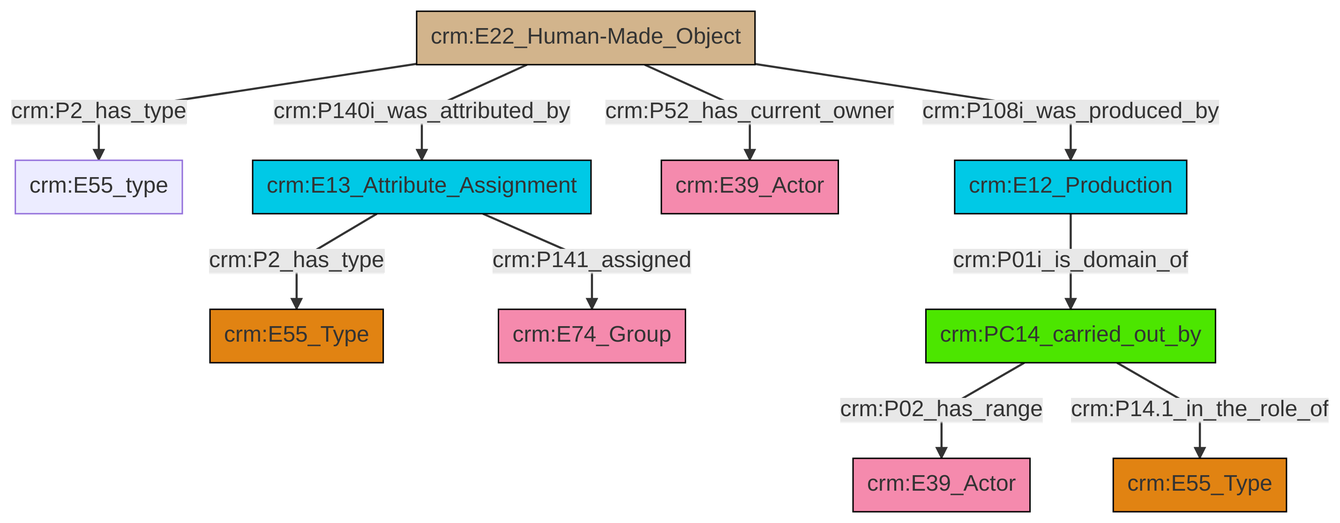
Above: et/builtWorkCSV/ttl/mmd/png/Built_Work_actor_relations.png in swiss-art-research-net/reference-data-models (Mermaid), before the change. Its source is kept beside it as et/builtWorkCSV/ttl/mmd/Built_Work_actor_relations.ttl.mmd.
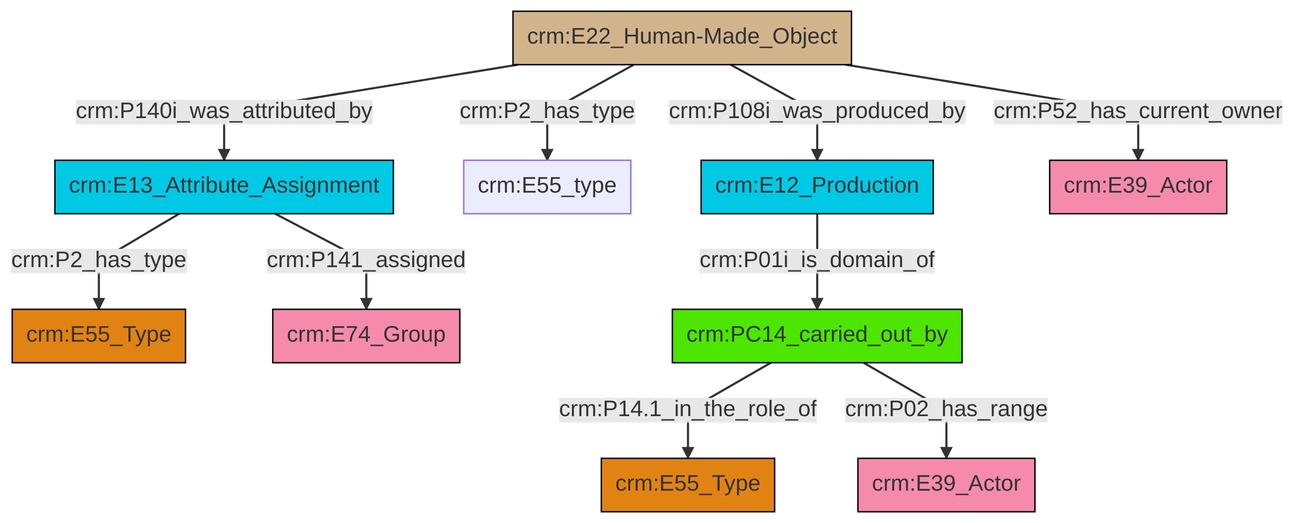
Above is the later version.

Change to the diagram source:
```diff
@@ -13,12 +13,12 @@
 classDef PC_Classes fill:#4ce600, stroke:#000000;
 classDef Multi fill:#cccccc,stroke:#000000;
 
-6["crm:E12_Production"]:::Temporal_Entity -->|crm:P01i_is_domain_of| 7["crm:PC14_carried_out_by"]:::PC_Classes
-12["crm:E22_Human-Made_Object"]:::Physical_Thing -->|crm:P2_has_type| 13["crm:E55_type"]:::Default
-0["crm:E13_Attribute_Assignment"]:::Temporal_Entity -->|crm:P2_has_type| 8["crm:E55_Type"]:::Type
-7["crm:PC14_carried_out_by"]:::PC_Classes -->|crm:P02_has_range| 10["crm:E39_Actor"]:::Actor
-12["crm:E22_Human-Made_Object"]:::Physical_Thing -->|crm:P140i_was_attributed_by| 0["crm:E13_Attribute_Assignment"]:::Temporal_Entity
-12["crm:E22_Human-Made_Object"]:::Physical_Thing -->|crm:P52_has_current_owner| 16["crm:E39_Actor"]:::Actor
-7["crm:PC14_carried_out_by"]:::PC_Classes -->|crm:P14.1_in_the_role_of| 4["crm:E55_Type"]:::Type
-12["crm:E22_Human-Made_Object"]:::Physical_Thing -->|crm:P108i_was_produced_by| 6["crm:E12_Production"]:::Temporal_Entity
-0["crm:E13_Attribute_Assignment"]:::Temporal_Entity -->|crm:P141_assigned| 2["crm:E74_Group"]:::Actor
+0["crm:E22_Human-Made_Object"]:::Physical_Thing -->|crm:P140i_was_attributed_by| 1["crm:E13_Attribute_Assignment"]:::Temporal_Entity
+1["crm:E13_Attribute_Assignment"]:::Temporal_Entity -->|crm:P2_has_type| 2["crm:E55_Type"]:::Type
+3["crm:PC14_carried_out_by"]:::PC_Classes -->|crm:P14.1_in_the_role_of| 5["crm:E55_Type"]:::Type
+3["crm:PC14_carried_out_by"]:::PC_Classes -->|crm:P02_has_range| 6["crm:E39_Actor"]:::Actor
+0["crm:E22_Human-Made_Object"]:::Physical_Thing -->|crm:P2_has_type| 8["crm:E55_type"]:::Default
+9["crm:E12_Production"]:::Temporal_Entity -->|crm:P01i_is_domain_of| 3["crm:PC14_carried_out_by"]:::PC_Classes
+0["crm:E22_Human-Made_Object"]:::Physical_Thing -->|crm:P108i_was_produced_by| 9["crm:E12_Production"]:::Temporal_Entity
+0["crm:E22_Human-Made_Object"]:::Physical_Thing -->|crm:P52_has_current_owner| 10["crm:E39_Actor"]:::Actor
+1["crm:E13_Attribute_Assignment"]:::Temporal_Entity -->|crm:P141_assigned| 13["crm:E74_Group"]:::Actor
```
